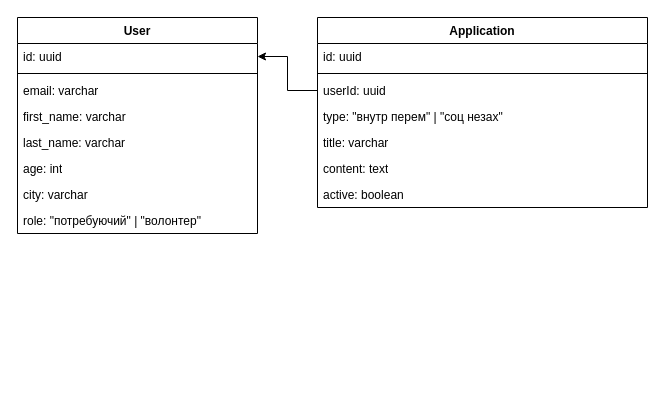
Earlier version of the draw.io diagram Database.drawio (fyurchik/CodeCon). Source tidied: cells renumbered, new cells numbered last; positions are measured from the earlier drawing's top-left corner, leaving out a move shared by most shapes. Both pictures are drawn from the tidied source at 100%, with x=0, y=0 at pixel (17, 17).
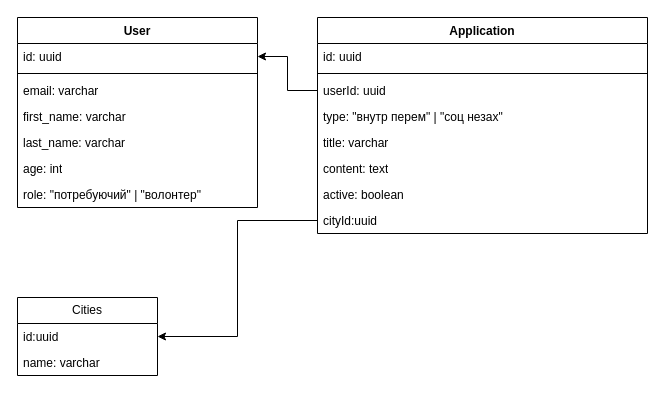
The same page after the edit.

Commit message:
Added cities table

The edit, as a diff of the source:
```diff
@@
     <mxCell id="2" value="User" style="swimlane;fontStyle=1;align=center;verticalAlign=top;horizontal=1;startSize=26;whiteSpace=wrap;html=1;" parent="1" vertex="1">
-      <mxGeometry width="240" height="216" as="geometry" />
+      <mxGeometry width="240" height="190" as="geometry" />
     </mxCell>
@@
-    <mxCell id="9" value="city: varchar" style="text;strokeColor=none;fillColor=none;align=left;verticalAlign=top;spacingLeft=4;spacingRight=4;overflow=hidden;whiteSpace=wrap;html=1;" parent="2" vertex="1">
-      <mxGeometry y="164" width="240" height="26" as="geometry" />
-    </mxCell>
     <mxCell id="10" value="role: &quot;потребуючий&quot; | &quot;волонтер&quot;" style="text;strokeColor=none;fillColor=none;align=left;verticalAlign=top;spacingLeft=4;spacingRight=4;overflow=hidden;whiteSpace=wrap;html=1;" parent="2" vertex="1">
-      <mxGeometry y="190" width="240" height="26" as="geometry" />
+      <mxGeometry y="164" width="240" height="26" as="geometry" />
     </mxCell>
     <mxCell id="11" value="Application" style="swimlane;fontStyle=1;align=center;verticalAlign=top;horizontal=1;startSize=26;whiteSpace=wrap;html=1;" parent="1" vertex="1">
-      <mxGeometry x="300" width="330" height="190" as="geometry" />
+      <mxGeometry x="300" width="330" height="216" as="geometry" />
     </mxCell>
@@
+    <mxCell id="20" value="cityId:uuid" style="text;strokeColor=none;fillColor=none;align=left;verticalAlign=top;spacingLeft=4;spacingRight=4;overflow=hidden;points=[[0,0.5],[1,0.5]];portConstraint=eastwest;whiteSpace=wrap;html=1;" parent="11" vertex="1">
+      <mxGeometry y="190" width="330" height="26" as="geometry" />
+    </mxCell>
@@
+    <mxCell id="21" value="Cities" style="swimlane;fontStyle=0;horizontal=1;startSize=26;fillColor=none;whiteSpace=wrap;html=1;" parent="1" vertex="1">
+      <mxGeometry y="280" width="140" height="78" as="geometry" />
+    </mxCell>
+    <mxCell id="22" value="id:uuid" style="text;strokeColor=none;fillColor=none;align=left;verticalAlign=top;spacingLeft=4;spacingRight=4;overflow=hidden;points=[[0,0.5],[1,0.5]];portConstraint=eastwest;whiteSpace=wrap;html=1;" parent="21" vertex="1">
+      <mxGeometry y="26" width="140" height="26" as="geometry" />
+    </mxCell>
+    <mxCell id="23" value="name: varchar" style="text;strokeColor=none;fillColor=none;align=left;verticalAlign=top;spacingLeft=4;spacingRight=4;overflow=hidden;whiteSpace=wrap;html=1;" parent="21" vertex="1">
+      <mxGeometry y="52" width="140" height="26" as="geometry" />
+    </mxCell>
+    <mxCell id="24" style="edgeStyle=orthogonalEdgeStyle;rounded=0;jettySize=auto;html=1;exitX=0;exitY=0.5;exitDx=0;exitDy=0;entryX=1;entryY=0.5;entryDx=0;entryDy=0;" parent="1" edge="1" source="20" target="22">
+      <mxGeometry relative="1" as="geometry" />
+    </mxCell>
```
